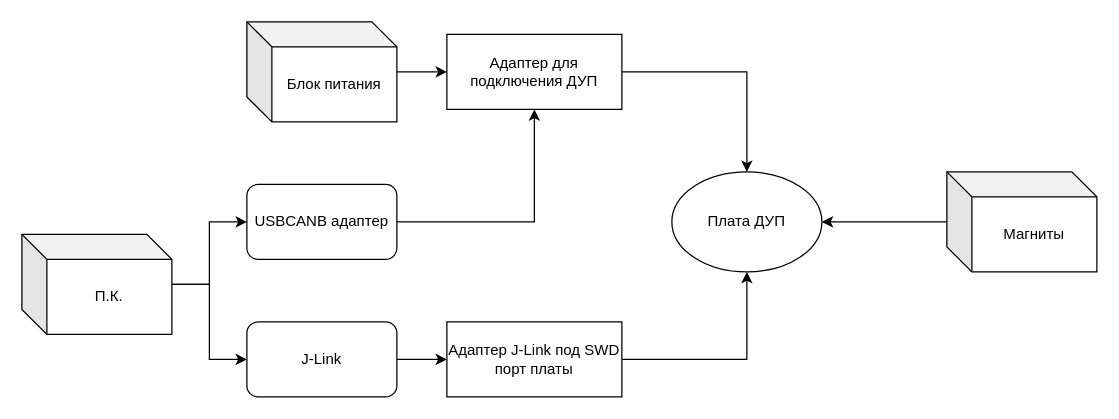
This is Диаграмма без названия.drawio from hyper-hronoz/BMSTU_FINISH_LINE, a draw.io file, before an edit. Source tidied: cells renumbered, new cells numbered last; positions are measured from the earlier drawing's top-left corner, leaving out a move shared by most shapes. Both pictures are drawn from the tidied source at 125%, with x=0, y=0 at pixel (21, 21).
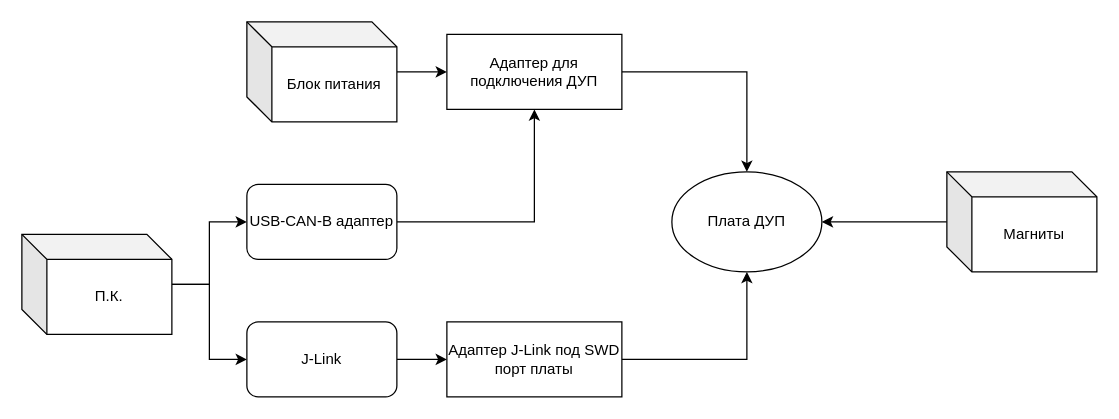
The same diagram, later.

Diff of the diagram source:
```diff
@@
 <mxGraphModel>
   <root>
     <mxCell id="0" />
     <mxCell id="1" parent="0" />
     <mxCell id="2" style="edgeStyle=orthogonalEdgeStyle;rounded=0;jettySize=auto;html=1;" parent="1" edge="1" source="4" target="6">
       <mxGeometry relative="1" as="geometry" />
     </mxCell>
     <mxCell id="3" style="edgeStyle=orthogonalEdgeStyle;rounded=0;jettySize=auto;html=1;" parent="1" edge="1" source="4" target="8">
       <mxGeometry relative="1" as="geometry" />
     </mxCell>
     <mxCell id="4" value="П.К." style="shape=cube;whiteSpace=wrap;html=1;boundedLbl=1;backgroundOutline=1;darkOpacity=0.05;darkOpacity2=0.1;" parent="1" vertex="1">
       <mxGeometry y="170" width="120" height="80" as="geometry" />
     </mxCell>
     <mxCell id="5" style="edgeStyle=orthogonalEdgeStyle;rounded=0;jettySize=auto;html=1;entryX=0.5;entryY=1;entryDx=0;entryDy=0;" parent="1" edge="1" source="6" target="13">
       <mxGeometry relative="1" as="geometry" />
     </mxCell>
-    <mxCell id="6" value="USBCANB адаптер" style="rounded=1;whiteSpace=wrap;html=1;" parent="1" vertex="1">
+    <mxCell id="6" value="USB-CAN-B адаптер" style="rounded=1;whiteSpace=wrap;html=1;" parent="1" vertex="1">
       <mxGeometry x="180" y="130" width="120" height="60" as="geometry" />
     </mxCell>
     <mxCell id="7" style="edgeStyle=orthogonalEdgeStyle;rounded=0;jettySize=auto;html=1;entryX=0;entryY=0.5;entryDx=0;entryDy=0;" parent="1" edge="1" source="8" target="10">
       <mxGeometry relative="1" as="geometry" />
     </mxCell>
     <mxCell id="8" value="J-Link" style="rounded=1;whiteSpace=wrap;html=1;" parent="1" vertex="1">
       <mxGeometry x="180" y="240" width="120" height="60" as="geometry" />
     </mxCell>
     <mxCell id="9" style="edgeStyle=orthogonalEdgeStyle;rounded=0;jettySize=auto;html=1;" parent="1" edge="1" source="10" target="11">
       <mxGeometry relative="1" as="geometry" />
     </mxCell>
     <mxCell id="10" value="Адаптер J-Link под SWD порт платы" style="rounded=0;whiteSpace=wrap;html=1;" parent="1" vertex="1">
       <mxGeometry x="340" y="240" width="140" height="60" as="geometry" />
     </mxCell>
     <mxCell id="11" value="Плата ДУП" style="ellipse;whiteSpace=wrap;html=1;" parent="1" vertex="1">
       <mxGeometry x="520" y="120" width="120" height="80" as="geometry" />
     </mxCell>
     <mxCell id="12" style="edgeStyle=orthogonalEdgeStyle;rounded=0;jettySize=auto;html=1;" parent="1" edge="1" source="13" target="11">
       <mxGeometry relative="1" as="geometry" />
     </mxCell>
     <mxCell id="13" value="Адаптер для подключения ДУП" style="rounded=0;whiteSpace=wrap;html=1;" parent="1" vertex="1">
       <mxGeometry x="340" y="10" width="140" height="60" as="geometry" />
     </mxCell>
     <mxCell id="14" style="edgeStyle=orthogonalEdgeStyle;rounded=0;jettySize=auto;html=1;entryX=0;entryY=0.5;entryDx=0;entryDy=0;" parent="1" edge="1" source="15" target="13">
       <mxGeometry relative="1" as="geometry" />
     </mxCell>
     <mxCell id="15" value="Блок питания" style="shape=cube;whiteSpace=wrap;html=1;boundedLbl=1;backgroundOutline=1;darkOpacity=0.05;darkOpacity2=0.1;" parent="1" vertex="1">
       <mxGeometry x="180" width="120" height="80" as="geometry" />
     </mxCell>
     <mxCell id="16" style="edgeStyle=orthogonalEdgeStyle;rounded=0;jettySize=auto;html=1;entryX=1;entryY=0.5;entryDx=0;entryDy=0;" parent="1" edge="1" source="17" target="11">
       <mxGeometry relative="1" as="geometry" />
     </mxCell>
     <mxCell id="17" value="Магниты" style="shape=cube;whiteSpace=wrap;html=1;boundedLbl=1;backgroundOutline=1;darkOpacity=0.05;darkOpacity2=0.1;" parent="1" vertex="1">
       <mxGeometry x="740" y="120" width="120" height="80" as="geometry" />
     </mxCell>
   </root>
 </mxGraphModel>
```
